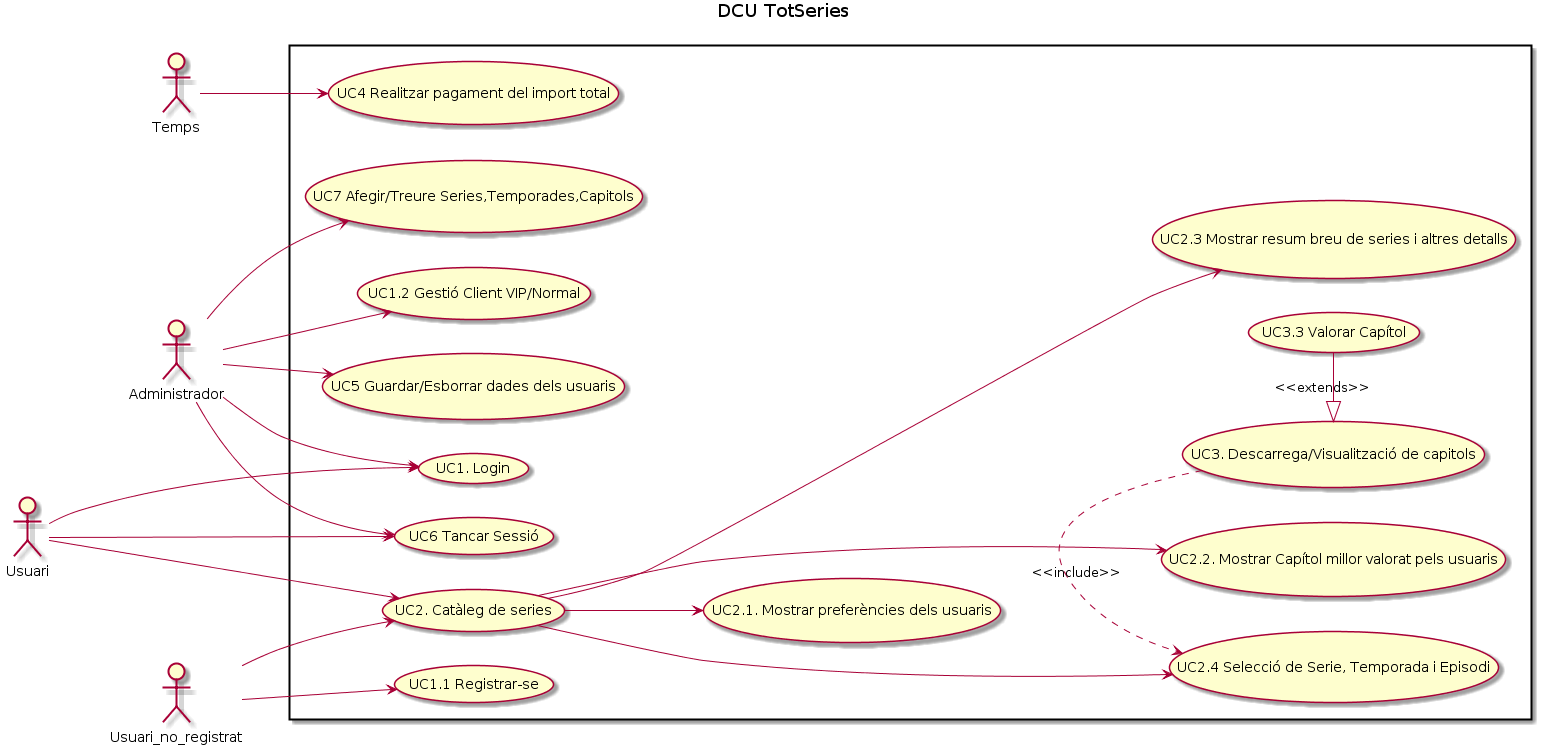
Earlier version of the PlantUML export Lab3/DCU/DCU-TotSeries.png (Ralleg314/DS).
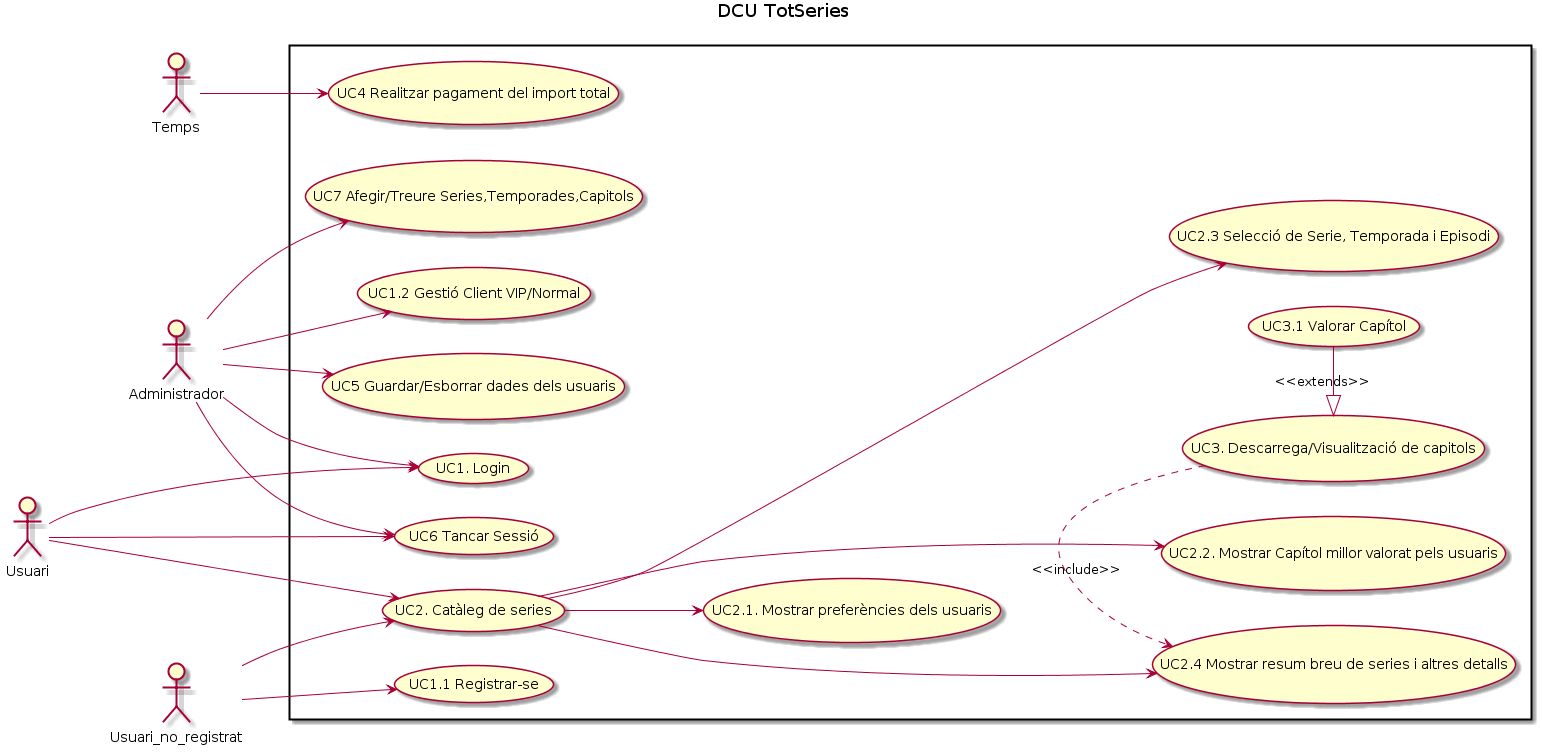
After the change.

What changed in the source:
```diff
@@ -1,4 +1,17 @@
 @startuml
+title DCU TotSeries
+
+left to right direction
+
+actor Usuari as Usuari
+
+actor Temps as Temps
+
+actor Administrador as Admin
+
+actor Usuari_no_registrat as UsuariNR
+
+
 title DCU TotSeries
 
 left to right direction
@@ -24,13 +37,13 @@
 
 usecase (UC2.2. Mostrar Capítol millor valorat pels usuaris) as UC22
 
-usecase (UC2.3 Mostrar resum breu de series i altres detalls) as UC23
+usecase (UC2.3 Selecció de Serie, Temporada i Episodi) as UC23
 
-usecase (UC2.4 Selecció de Serie, Temporada i Episodi) as UC24
+usecase (UC2.4 Mostrar resum breu de series i altres detalls) as UC24
 
 usecase (UC3. Descarrega/Visualització de capitols) as UC3
 
-usecase (UC3.3 Valorar Capítol) as UC31
+usecase (UC3.1 Valorar Capítol) as UC31
 
 usecase (UC4 Realitzar pagament del import total) as UC4
 
```
